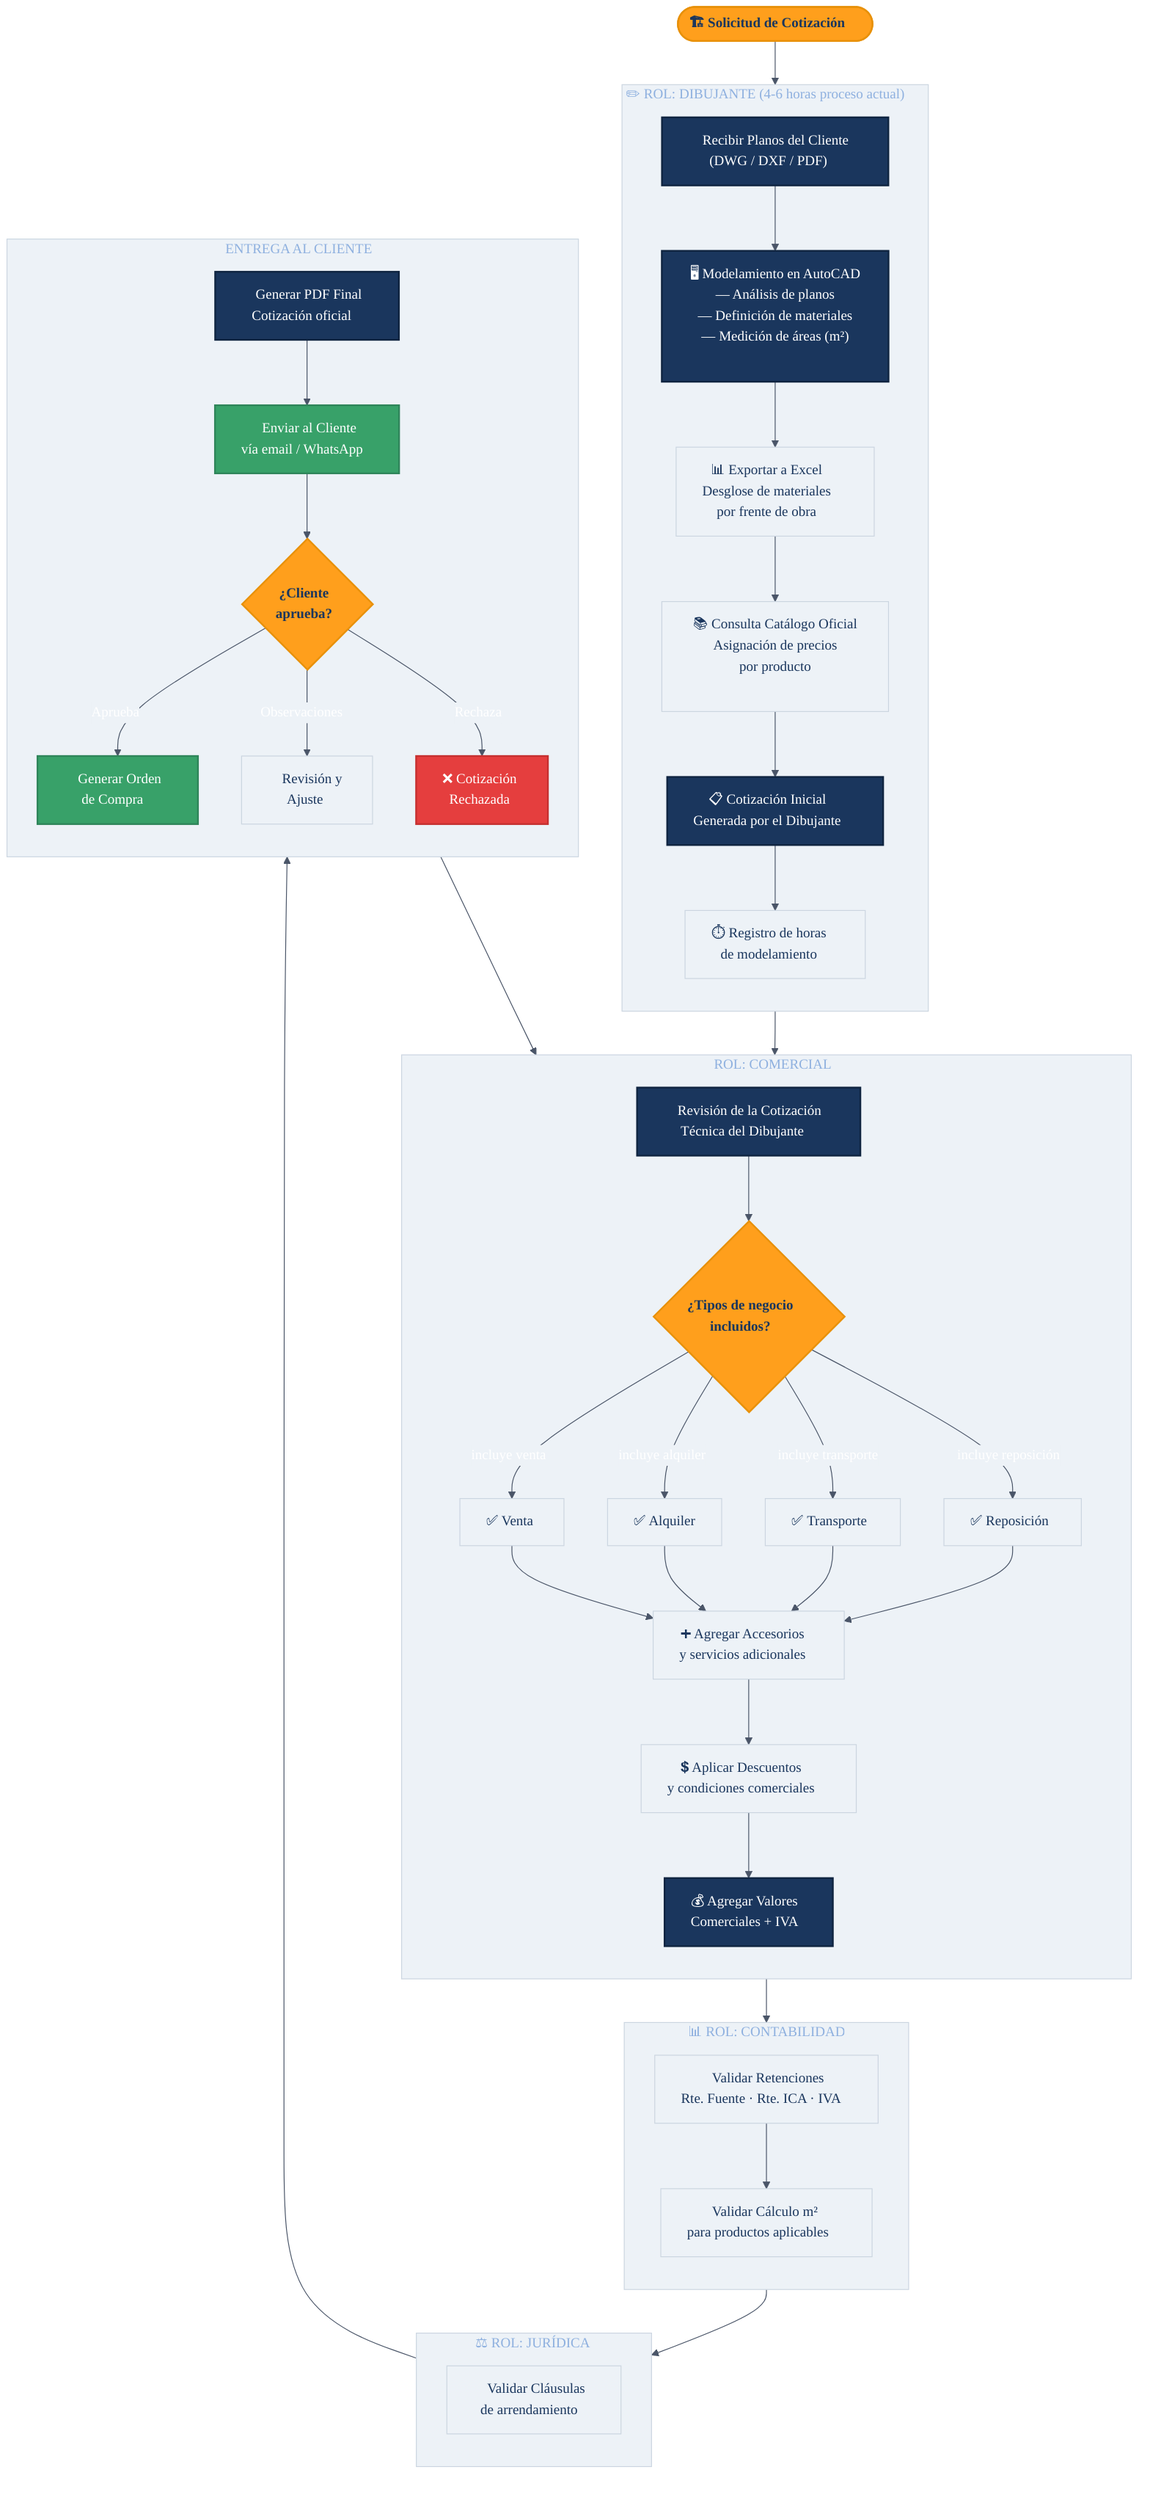
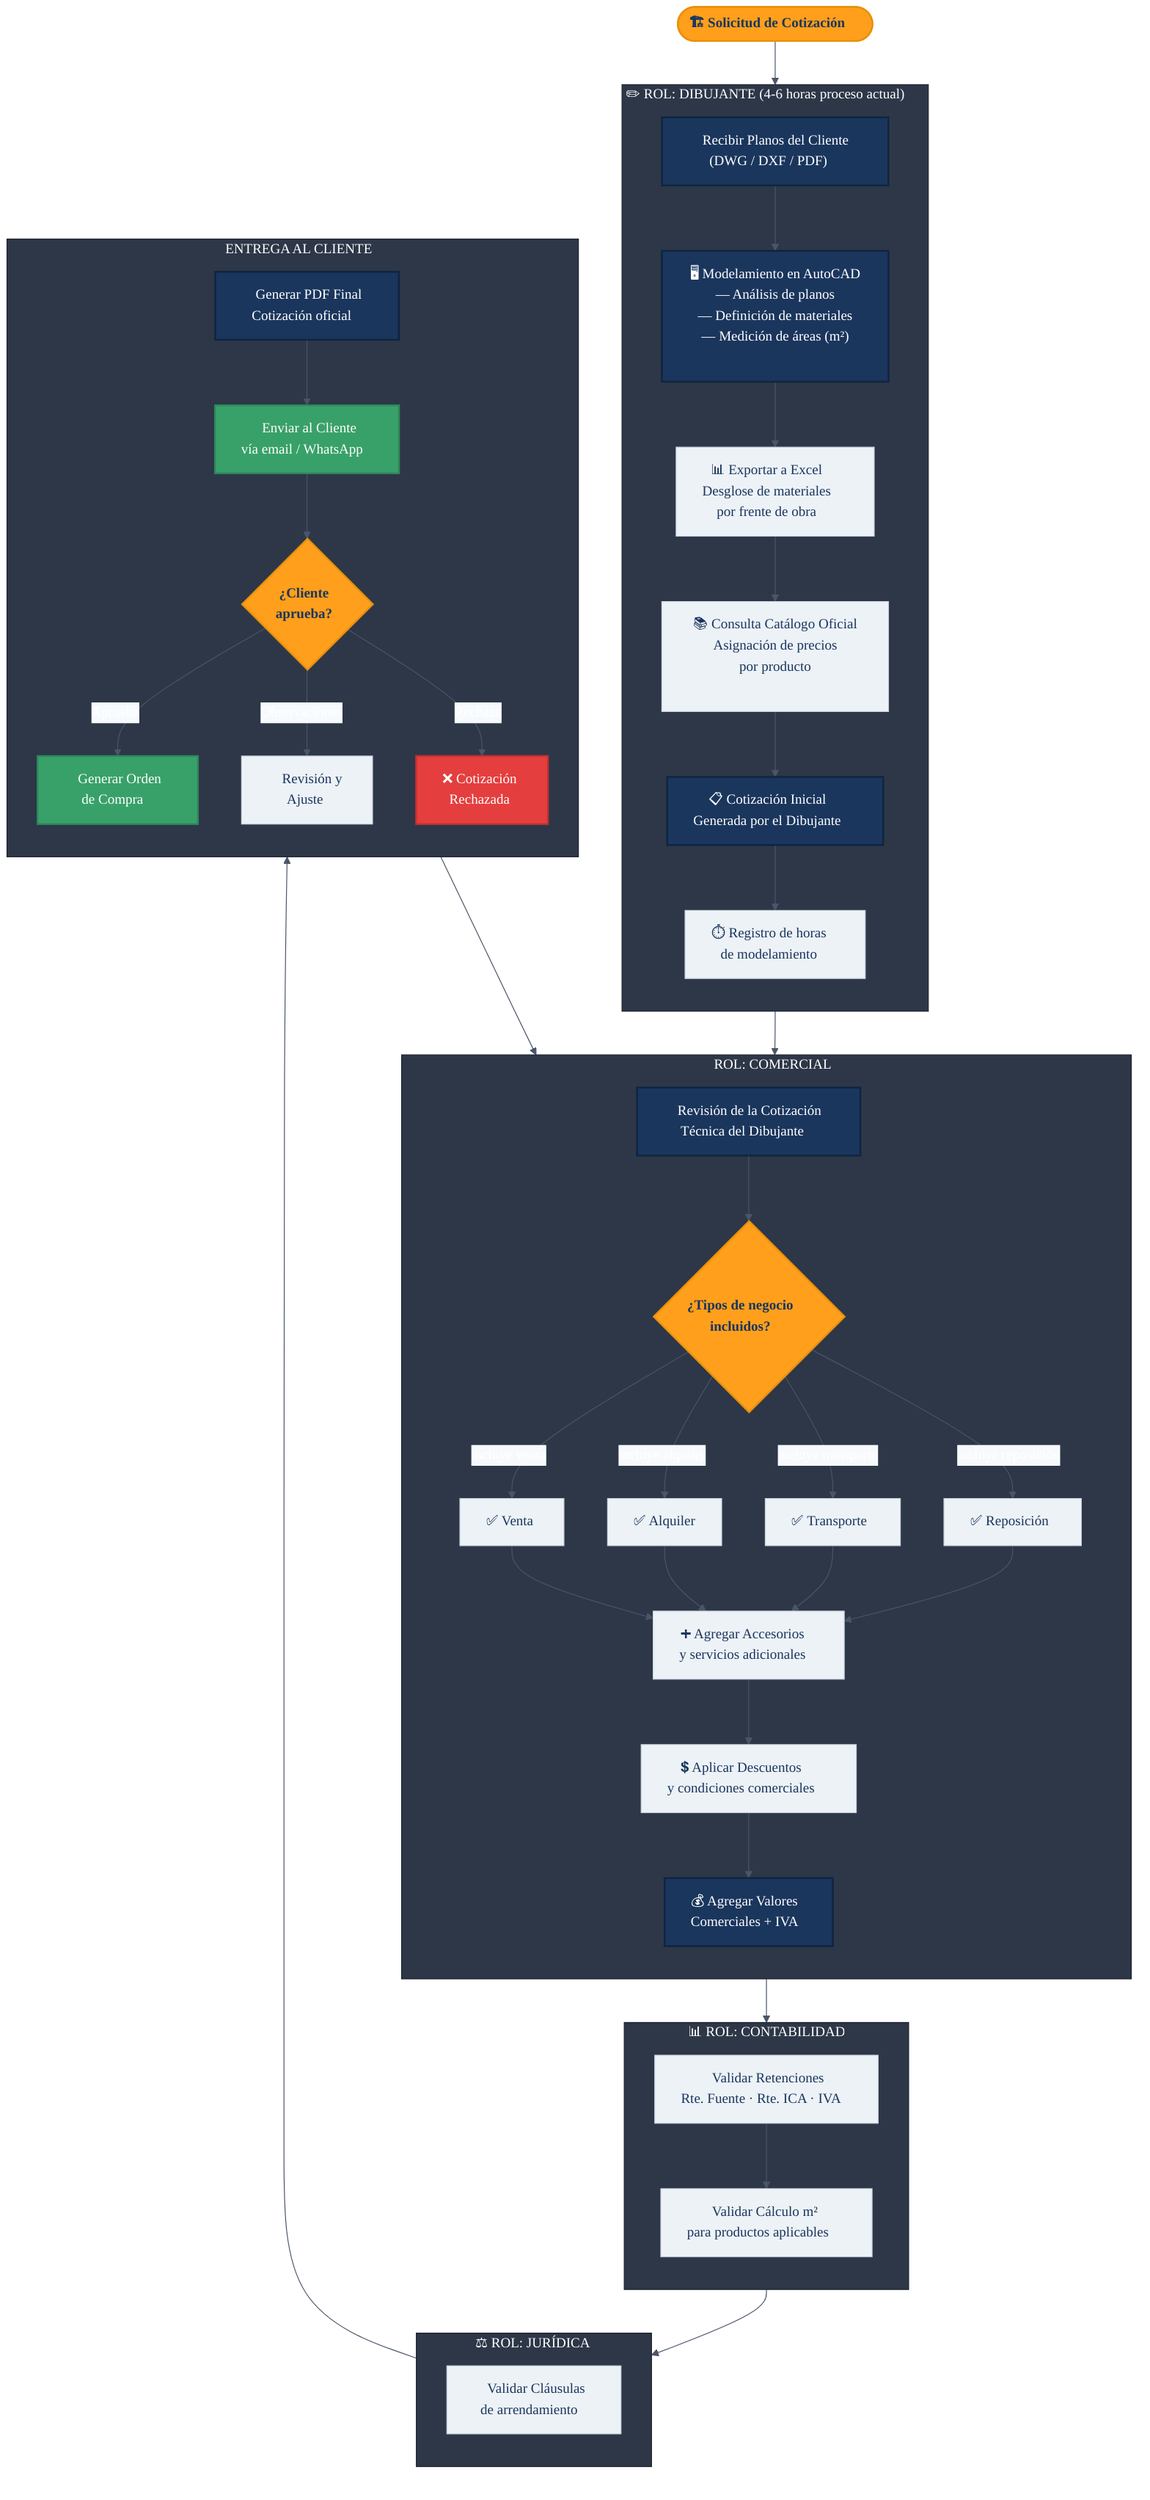
%%{init: {
  'theme': 'base',
  'themeVariables': {
    'primaryColor': '#1A365D',
    'primaryTextColor': '#FFFFFF',
    'primaryBorderColor': '#1A365D',
    'lineColor': '#4A5568',
    'secondaryColor': '#EDF2F7',
-     'clusterBkg': '#EDF2F7',
-     'clusterBorder': '#CBD5E0',
+     'clusterBkg': '#2D3748',
+     'clusterBorder': '#1A202C',
+     'titleColor': '#FFFFFF',
+     'edgeLabelBackground': '#F7FAFC',
    'fontFamily': 'Montserrat, sans-serif'
  }
}}%%

flowchart TD
    classDef azul       fill:#1A365D,color:#FFFFFF,stroke:#0F2440,stroke-width:2px
    classDef naranja     fill:#FF9F1C,color:#1A365D,stroke:#E8910A,stroke-width:2px,font-weight:bold
    classDef gris        fill:#4A5568,color:#FFFFFF,stroke:#2D3748,stroke-width:1px
    classDef grisClaro   fill:#EDF2F7,color:#1A365D,stroke:#CBD5E0,stroke-width:1px
    classDef exito       fill:#38A169,color:#FFFFFF,stroke:#2F855A,stroke-width:2px
    classDef peligro     fill:#E53E3E,color:#FFFFFF,stroke:#C53030,stroke-width:2px

    INICIO(["🏗️ Solicitud de Cotización"]):::naranja

    subgraph DIBUJANTE["✏️  ROL: DIBUJANTE (4-6 horas proceso actual)"]
        direction TB
        PLANOS["📐 Recibir Planos del Cliente\n(DWG / DXF / PDF)"]:::azul
        AUTOCAD["🖥️ Modelamiento en AutoCAD\n― Análisis de planos\n― Definición de materiales\n― Medición de áreas (m²)"]:::azul
        EXCEL["📊 Exportar a Excel\nDesglose de materiales\npor frente de obra"]:::grisClaro
        CATALOG["📚 Consulta Catálogo Oficial\nAsignación de precios\npor producto"]:::grisClaro
        COTINI["📋 Cotización Inicial\nGenerada por el Dibujante"]:::azul
        HORAS["⏱️ Registro de horas\nde modelamiento"]:::grisClaro
    end

    subgraph COMERCIAL["💼  ROL: COMERCIAL"]
        direction TB
        REVCOM["👀 Revisión de la Cotización\nTécnica del Dibujante"]:::azul
        TIPONEQ{"¿Tipos de negocio\nincluidos?"}:::naranja
        TV["✅ Venta"]:::grisClaro
        TA["✅ Alquiler"]:::grisClaro
        TT["✅ Transporte"]:::grisClaro
        TR["✅ Reposición"]:::grisClaro
        ACCESORIOS["➕ Agregar Accesorios\ny servicios adicionales"]:::grisClaro
        DESCUENTO["💲 Aplicar Descuentos\ny condiciones comerciales"]:::grisClaro
        VALCOM["💰 Agregar Valores\nComerciales + IVA"]:::azul
    end

    subgraph CONTABILIDAD_REV["📊  ROL: CONTABILIDAD"]
        direction TB
        RETENC["🧾 Validar Retenciones\nRte. Fuente · Rte. ICA · IVA"]:::grisClaro
        M2["📐 Validar Cálculo m²\npara productos aplicables"]:::grisClaro
    end

    subgraph JURIDICA_REV["⚖️  ROL: JURÍDICA"]
        direction TB
        COND["📜 Validar Cláusulas\nde arrendamiento"]:::grisClaro
    end

    subgraph SALIDA["📄  ENTREGA AL CLIENTE"]
        direction TB
        PDF["📄 Generar PDF Final\nCotización oficial"]:::azul
        ENVIO["📧 Enviar al Cliente\nvía email / WhatsApp"]:::exito
        RESPQ{"¿Cliente\naprueba?"}:::naranja
        ORDEN["📝 Generar Orden\nde Compra"]:::exito
        RECHAZA["❌ Cotización\nRechazada"]:::peligro
        REVISION["🔄 Revisión y\nAjuste"]:::grisClaro
    end

    %% ── FLUJO
    INICIO --> PLANOS
    PLANOS --> AUTOCAD
    AUTOCAD --> EXCEL
    EXCEL --> CATALOG
    CATALOG --> COTINI
    COTINI --> HORAS
    HORAS --> REVCOM

    REVCOM --> TIPONEQ
    TIPONEQ -->|"incluye venta"| TV
    TIPONEQ -->|"incluye alquiler"| TA
    TIPONEQ -->|"incluye transporte"| TT
    TIPONEQ -->|"incluye reposición"| TR
    TV & TA & TT & TR --> ACCESORIOS
    ACCESORIOS --> DESCUENTO
    DESCUENTO --> VALCOM

    VALCOM --> RETENC
    RETENC --> M2
    M2 --> COND
    COND --> PDF

    PDF --> ENVIO
    ENVIO --> RESPQ
    RESPQ -->|"Aprueba"| ORDEN
    RESPQ -->|"Observaciones"| REVISION
    RESPQ -->|"Rechaza"| RECHAZA
    REVISION --> REVCOM
